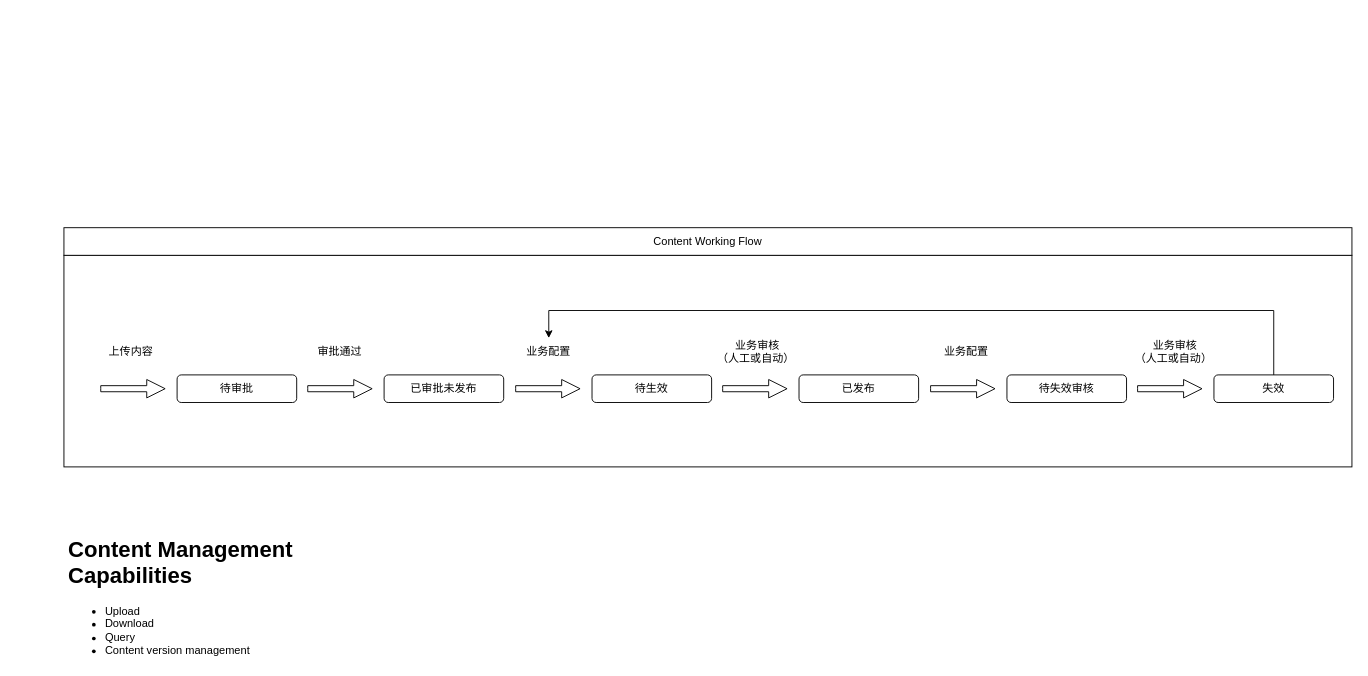
This is page "Uploading Flow" (2 of 2) of Mid Layer Platform Content Business Flow.drawio from sotheair/designs, a draw.io file, before an edit. Source tidied: cells renumbered, new cells numbered last; positions are measured from the earlier drawing's top-left corner, leaving out a move shared by most shapes. Both pictures are drawn from the tidied source at 92%, with x=0, y=0 at pixel (63, 227).
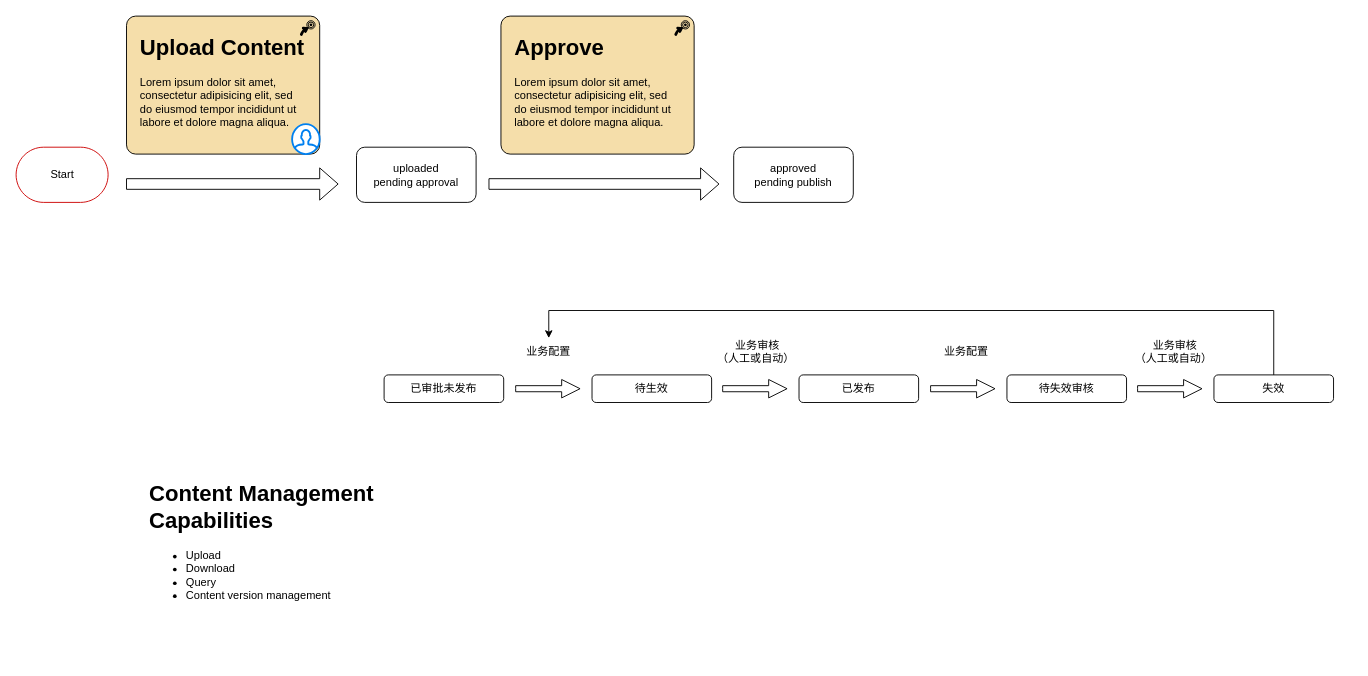
Above is the later version.

The edit, as a diff of the source:
```diff
@@
-    <mxCell id="2" style="rounded=0;whiteSpace=wrap;html=1;" parent="1" vertex="1">
-      <mxGeometry y="30" width="1400" height="230" as="geometry" />
-    </mxCell>
-    <mxCell id="3" value="Content Working Flow" style="rounded=0;whiteSpace=wrap;html=1;" parent="1" vertex="1">
-      <mxGeometry width="1400" height="30" as="geometry" />
-    </mxCell>
+    <mxCell id="24" style="html=1;whiteSpace=wrap;fillColor=#F5DEAA;shape=mxgraph.archimate3.application;appType=course;archiType=rounded;" parent="1" vertex="1">
+      <mxGeometry x="68" y="-230" width="210" height="150" as="geometry" />
+    </mxCell>
-    <mxCell id="4" value="待审批" style="rounded=1;whiteSpace=wrap;html=1;" parent="1" vertex="1">
-      <mxGeometry x="123" y="160" width="130" height="30" as="geometry" />
+    <mxCell id="4" value="uploaded&lt;br&gt;pending approval" style="rounded=1;whiteSpace=wrap;html=1;" parent="1" vertex="1">
+      <mxGeometry x="318" y="-87.5" width="130" height="60" as="geometry" />
     </mxCell>
@@
-    <mxCell id="6" value="审批通过" style="text;html=1;strokeColor=none;fillColor=none;align=center;verticalAlign=middle;whiteSpace=wrap;rounded=0;" parent="1" vertex="1">
-      <mxGeometry x="255" y="120" width="90" height="30" as="geometry" />
-    </mxCell>
-    <mxCell id="7" style="html=1;shadow=0;dashed=0;align=center;verticalAlign=middle;shape=mxgraph.arrows2.arrow;dy=0.67;dx=20;notch=0;" parent="1" vertex="1">
-      <mxGeometry x="265" y="165" width="70" height="20" as="geometry" />
-    </mxCell>
-    <mxCell id="8" value="上传内容" style="text;html=1;strokeColor=none;fillColor=none;align=center;verticalAlign=middle;whiteSpace=wrap;rounded=0;" parent="1" vertex="1">
-      <mxGeometry x="28" y="120" width="90" height="30" as="geometry" />
-    </mxCell>
     <mxCell id="9" style="html=1;shadow=0;dashed=0;align=center;verticalAlign=middle;shape=mxgraph.arrows2.arrow;dy=0.67;dx=20;notch=0;" parent="1" vertex="1">
-      <mxGeometry x="40" y="165" width="70" height="20" as="geometry" />
+      <mxGeometry x="462" y="-65" width="250" height="35" as="geometry" />
     </mxCell>
@@
     <mxCell id="23" value="&lt;h1&gt;Content Management Capabilities&lt;/h1&gt;&lt;p&gt;&lt;ul&gt;&lt;li&gt;Upload&lt;/li&gt;&lt;li&gt;Download&lt;/li&gt;&lt;li&gt;Query&lt;/li&gt;&lt;li&gt;Content version management&lt;/li&gt;&lt;/ul&gt;&lt;/p&gt;" style="text;html=1;strokeColor=none;fillColor=none;spacing=5;spacingTop=-20;whiteSpace=wrap;overflow=hidden;rounded=0;" parent="1" vertex="1">
-      <mxGeometry y="330" width="340" height="140" as="geometry" />
+      <mxGeometry x="88" y="270" width="340" height="140" as="geometry" />
     </mxCell>
+    <mxCell id="25" style="html=1;verticalLabelPosition=bottom;align=center;labelBackgroundColor=#ffffff;verticalAlign=top;strokeWidth=2;strokeColor=#0080F0;shadow=0;dashed=0;shape=mxgraph.ios7.icons.user;" parent="1" vertex="1">
+      <mxGeometry x="248" y="-112.5" width="30" height="32.5" as="geometry" />
+    </mxCell>
+    <mxCell id="26" value="&lt;h1&gt;Upload Content&lt;/h1&gt;&lt;p&gt;Lorem ipsum dolor sit amet, consectetur adipisicing elit, sed do eiusmod tempor incididunt ut labore et dolore magna aliqua.&lt;/p&gt;" style="text;html=1;strokeColor=none;fillColor=none;spacing=5;spacingTop=-20;whiteSpace=wrap;overflow=hidden;rounded=0;" parent="1" vertex="1">
+      <mxGeometry x="78" y="-215" width="190" height="120" as="geometry" />
+    </mxCell>
+    <mxCell id="27" style="html=1;shadow=0;dashed=0;align=center;verticalAlign=middle;shape=mxgraph.arrows2.arrow;dy=0.67;dx=20;notch=0;" parent="1" vertex="1">
+      <mxGeometry x="68" y="-65" width="230" height="35" as="geometry" />
+    </mxCell>
+    <mxCell id="28" style="html=1;whiteSpace=wrap;fillColor=#F5DEAA;shape=mxgraph.archimate3.application;appType=course;archiType=rounded;" parent="1" vertex="1">
+      <mxGeometry x="475" y="-230" width="210" height="150" as="geometry" />
+    </mxCell>
+    <mxCell id="29" value="&lt;h1&gt;Approve&lt;/h1&gt;&lt;p&gt;Lorem ipsum dolor sit amet, consectetur adipisicing elit, sed do eiusmod tempor incididunt ut labore et dolore magna aliqua.&lt;/p&gt;" style="text;html=1;strokeColor=none;fillColor=none;spacing=5;spacingTop=-20;whiteSpace=wrap;overflow=hidden;rounded=0;" parent="1" vertex="1">
+      <mxGeometry x="485" y="-215" width="190" height="120" as="geometry" />
+    </mxCell>
+    <mxCell id="30" value="approved&lt;br&gt;pending publish" style="rounded=1;whiteSpace=wrap;html=1;" parent="1" vertex="1">
+      <mxGeometry x="728" y="-87.5" width="130" height="60" as="geometry" />
+    </mxCell>
+    <mxCell id="31" value="Start" style="html=1;dashed=0;whitespace=wrap;shape=mxgraph.dfd.start;strokeColor=#CC0000;" parent="1" vertex="1">
+      <mxGeometry x="-52" y="-87.5" width="100" height="60" as="geometry" />
+    </mxCell>
```
